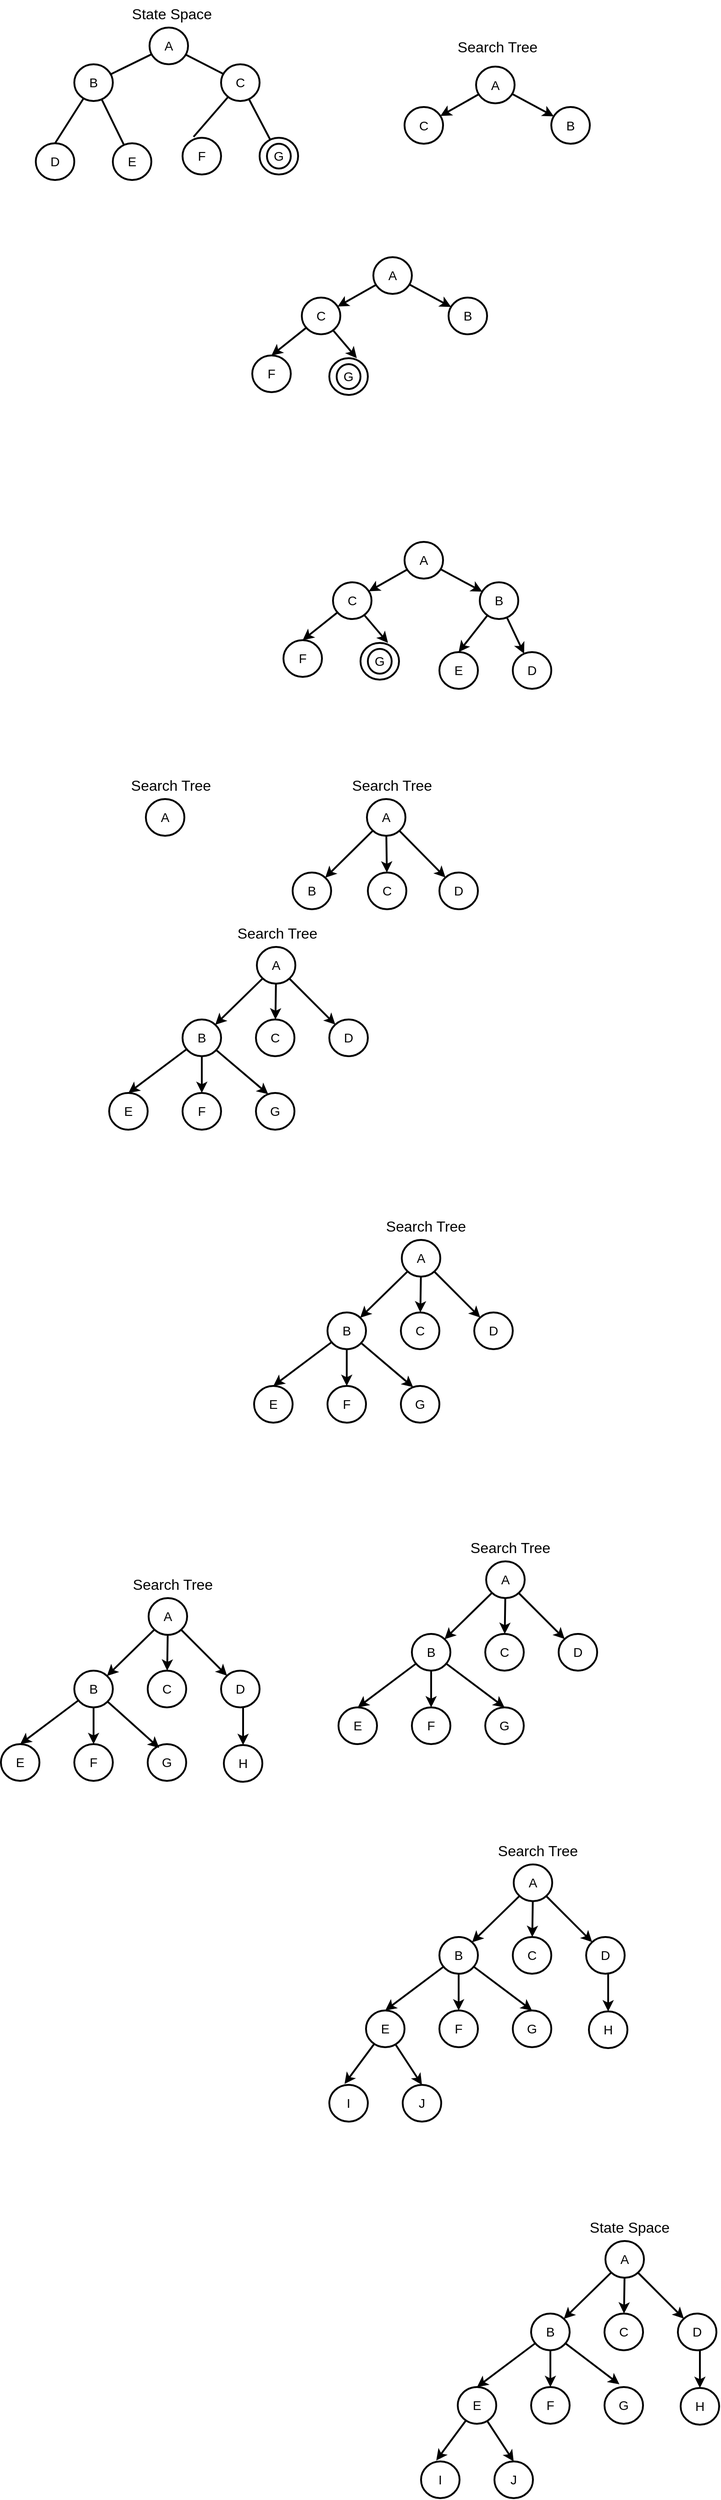
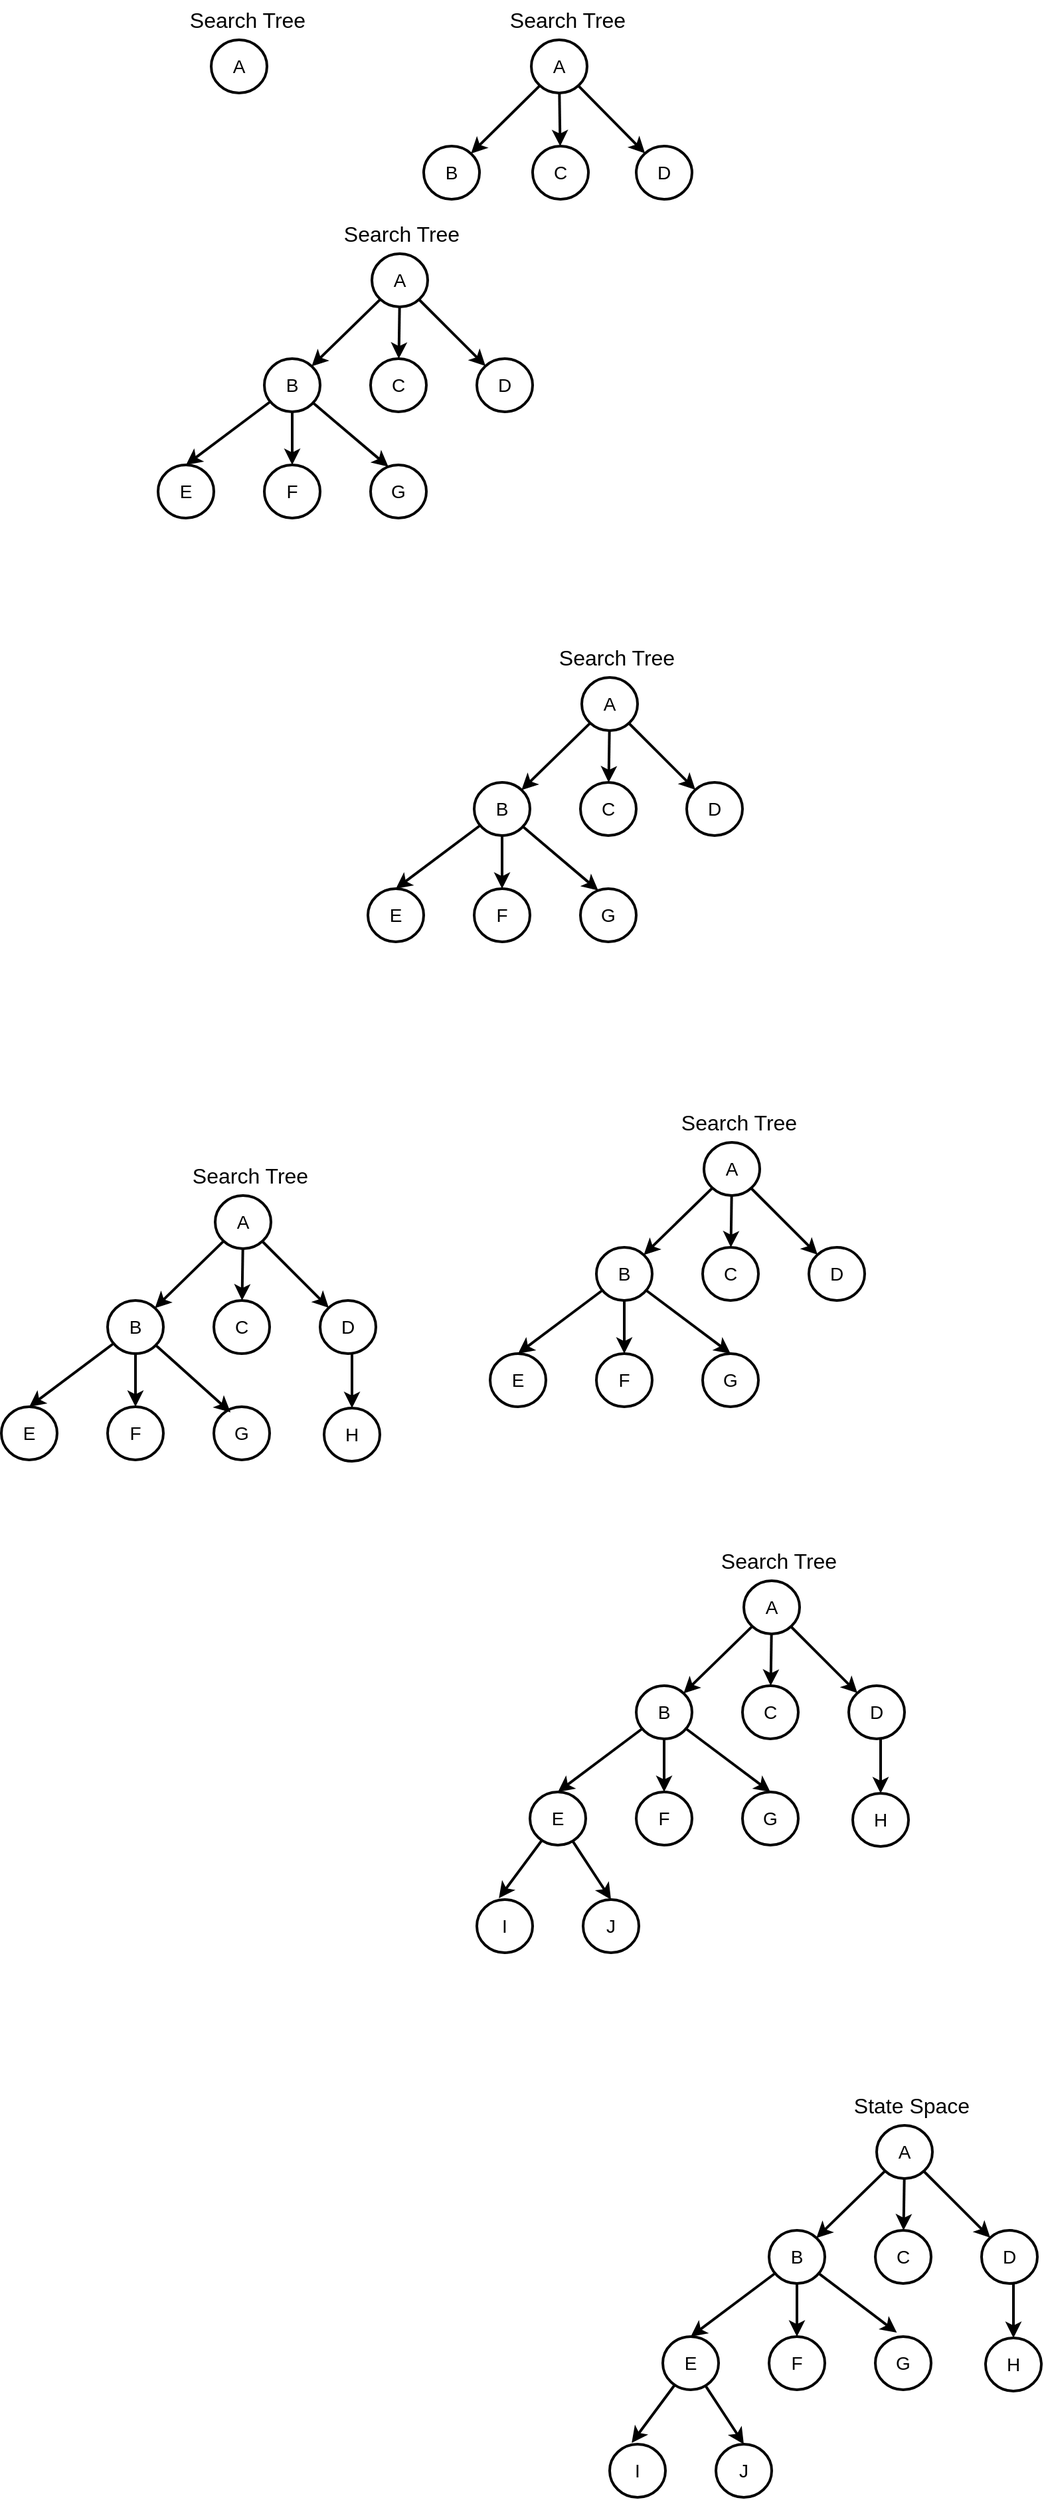
<mxfile host="app.diagrams.net">
  <diagram name="Page-1" id="BSzVWueWxRZ0f2yqvMc-">
-     <mxGraphModel dx="6560" dy="2410" grid="0" gridSize="10" guides="0" tooltips="1" connect="1" arrows="1" fold="1" page="1" pageScale="1" pageWidth="850" pageHeight="1100" math="0" shadow="0">
+     <mxGraphModel dx="656" dy="-749" grid="0" gridSize="10" guides="0" tooltips="1" connect="1" arrows="1" fold="1" page="1" pageScale="1" pageWidth="850" pageHeight="1100" math="0" shadow="0">
      <root>
        <mxCell id="0" />
        <mxCell id="1" parent="0" />
-         <mxCell id="3aDSpglnKRdrbF7ndWlJ-9" edge="1" parent="1" source="3aDSpglnKRdrbF7ndWlJ-1" style="rounded=0;orthogonalLoop=1;jettySize=auto;html=1;strokeWidth=2;endArrow=none;endFill=0;" target="3aDSpglnKRdrbF7ndWlJ-2" value="">
-           <mxGeometry relative="1" as="geometry" />
-         </mxCell>
-         <mxCell id="3aDSpglnKRdrbF7ndWlJ-10" edge="1" parent="1" source="3aDSpglnKRdrbF7ndWlJ-1" style="rounded=0;orthogonalLoop=1;jettySize=auto;html=1;strokeWidth=2;endArrow=none;endFill=0;" target="3aDSpglnKRdrbF7ndWlJ-3" value="">
-           <mxGeometry relative="1" as="geometry" />
-         </mxCell>
-         <mxCell id="3aDSpglnKRdrbF7ndWlJ-1" parent="1" style="ellipse;whiteSpace=wrap;html=1;strokeWidth=2;fontSize=14;" value="A" vertex="1">
-           <mxGeometry height="40" width="42" x="204" y="1280" as="geometry" />
-         </mxCell>
-         <mxCell id="3aDSpglnKRdrbF7ndWlJ-11" edge="1" parent="1" source="3aDSpglnKRdrbF7ndWlJ-2" style="rounded=0;orthogonalLoop=1;jettySize=auto;html=1;strokeWidth=2;endArrow=none;endFill=0;" target="3aDSpglnKRdrbF7ndWlJ-6" value="">
-           <mxGeometry relative="1" as="geometry" />
-         </mxCell>
-         <mxCell id="3aDSpglnKRdrbF7ndWlJ-13" edge="1" parent="1" source="3aDSpglnKRdrbF7ndWlJ-2" style="rounded=0;orthogonalLoop=1;jettySize=auto;html=1;entryX=0.5;entryY=0;entryDx=0;entryDy=0;strokeWidth=2;endArrow=none;endFill=0;" target="3aDSpglnKRdrbF7ndWlJ-5">
-           <mxGeometry relative="1" as="geometry" />
-         </mxCell>
-         <mxCell id="3aDSpglnKRdrbF7ndWlJ-2" parent="1" style="ellipse;whiteSpace=wrap;html=1;strokeWidth=2;fontSize=14;" value="B" vertex="1">
-           <mxGeometry height="40" width="42" x="122" y="1320" as="geometry" />
-         </mxCell>
-         <mxCell id="3aDSpglnKRdrbF7ndWlJ-14" edge="1" parent="1" source="3aDSpglnKRdrbF7ndWlJ-3" style="rounded=0;orthogonalLoop=1;jettySize=auto;html=1;strokeWidth=2;endArrow=none;endFill=0;" target="3aDSpglnKRdrbF7ndWlJ-7" value="">
-           <mxGeometry relative="1" as="geometry" />
-         </mxCell>
-         <mxCell id="3aDSpglnKRdrbF7ndWlJ-3" parent="1" style="ellipse;whiteSpace=wrap;html=1;strokeWidth=2;fontSize=14;" value="C" vertex="1">
-           <mxGeometry height="40" width="42" x="282" y="1320" as="geometry" />
-         </mxCell>
-         <mxCell id="3aDSpglnKRdrbF7ndWlJ-4" parent="1" style="ellipse;whiteSpace=wrap;html=1;strokeWidth=2;fontSize=14;" value="F" vertex="1">
-           <mxGeometry height="40" width="42" x="240" y="1400" as="geometry" />
-         </mxCell>
-         <mxCell id="3aDSpglnKRdrbF7ndWlJ-5" parent="1" style="ellipse;whiteSpace=wrap;html=1;strokeWidth=2;fontSize=14;" value="D" vertex="1">
-           <mxGeometry height="40" width="42" x="80" y="1406" as="geometry" />
-         </mxCell>
-         <mxCell id="3aDSpglnKRdrbF7ndWlJ-6" parent="1" style="ellipse;whiteSpace=wrap;html=1;strokeWidth=2;fontSize=14;" value="E" vertex="1">
-           <mxGeometry height="40" width="42" x="164" y="1406" as="geometry" />
-         </mxCell>
-         <mxCell id="3aDSpglnKRdrbF7ndWlJ-7" parent="1" style="ellipse;whiteSpace=wrap;html=1;strokeWidth=2;fontSize=14;" value="" vertex="1">
-           <mxGeometry height="40" width="42" x="324" y="1400" as="geometry" />
-         </mxCell>
-         <mxCell id="3aDSpglnKRdrbF7ndWlJ-15" edge="1" parent="1" source="3aDSpglnKRdrbF7ndWlJ-3" style="rounded=0;orthogonalLoop=1;jettySize=auto;html=1;entryX=0.286;entryY=-0.025;entryDx=0;entryDy=0;entryPerimeter=0;strokeWidth=2;endArrow=none;endFill=0;" target="3aDSpglnKRdrbF7ndWlJ-4">
-           <mxGeometry relative="1" as="geometry" />
-         </mxCell>
-         <mxCell id="3aDSpglnKRdrbF7ndWlJ-16" parent="1" style="text;html=1;whiteSpace=wrap;strokeColor=none;fillColor=none;align=center;verticalAlign=middle;rounded=0;fontSize=16;" value="State Space" vertex="1">
-           <mxGeometry height="30" width="95" x="181" y="1250" as="geometry" />
-         </mxCell>
-         <mxCell id="3aDSpglnKRdrbF7ndWlJ-17" parent="1" style="ellipse;whiteSpace=wrap;html=1;strokeWidth=2;fontSize=14;" value="G" vertex="1">
-           <mxGeometry height="27" width="26" x="332" y="1406.5" as="geometry" />
-         </mxCell>
-         <mxCell id="3aDSpglnKRdrbF7ndWlJ-22" edge="1" parent="1" source="3aDSpglnKRdrbF7ndWlJ-18" style="rounded=0;orthogonalLoop=1;jettySize=auto;html=1;strokeWidth=2;" target="3aDSpglnKRdrbF7ndWlJ-20" value="">
-           <mxGeometry relative="1" as="geometry" />
-         </mxCell>
-         <mxCell id="3aDSpglnKRdrbF7ndWlJ-23" edge="1" parent="1" source="3aDSpglnKRdrbF7ndWlJ-18" style="rounded=0;orthogonalLoop=1;jettySize=auto;html=1;strokeWidth=2;" target="3aDSpglnKRdrbF7ndWlJ-21" value="">
-           <mxGeometry relative="1" as="geometry" />
-         </mxCell>
-         <mxCell id="3aDSpglnKRdrbF7ndWlJ-18" parent="1" style="ellipse;whiteSpace=wrap;html=1;strokeWidth=2;fontSize=14;" value="A" vertex="1">
-           <mxGeometry height="40" width="42" x="560" y="1322.5" as="geometry" />
-         </mxCell>
-         <mxCell id="3aDSpglnKRdrbF7ndWlJ-19" parent="1" style="text;html=1;whiteSpace=wrap;strokeColor=none;fillColor=none;align=center;verticalAlign=middle;rounded=0;fontSize=16;" value="Search Tree" vertex="1">
-           <mxGeometry height="30" width="95" x="535.5" y="1285.5" as="geometry" />
-         </mxCell>
-         <mxCell id="3aDSpglnKRdrbF7ndWlJ-20" parent="1" style="ellipse;whiteSpace=wrap;html=1;strokeWidth=2;fontSize=14;" value="C" vertex="1">
-           <mxGeometry height="40" width="42" x="482" y="1366.5" as="geometry" />
-         </mxCell>
-         <mxCell id="3aDSpglnKRdrbF7ndWlJ-21" parent="1" style="ellipse;whiteSpace=wrap;html=1;strokeWidth=2;fontSize=14;" value="B" vertex="1">
-           <mxGeometry height="40" width="42" x="642" y="1366.5" as="geometry" />
-         </mxCell>
-         <mxCell id="leJ_CQFsEEDb8NTlPus--1" edge="1" parent="1" source="leJ_CQFsEEDb8NTlPus--3" style="rounded=0;orthogonalLoop=1;jettySize=auto;html=1;strokeWidth=2;" target="leJ_CQFsEEDb8NTlPus--4" value="">
-           <mxGeometry relative="1" as="geometry" />
-         </mxCell>
-         <mxCell id="leJ_CQFsEEDb8NTlPus--2" edge="1" parent="1" source="leJ_CQFsEEDb8NTlPus--3" style="rounded=0;orthogonalLoop=1;jettySize=auto;html=1;strokeWidth=2;" target="leJ_CQFsEEDb8NTlPus--5" value="">
-           <mxGeometry relative="1" as="geometry" />
-         </mxCell>
-         <mxCell id="leJ_CQFsEEDb8NTlPus--3" parent="1" style="ellipse;whiteSpace=wrap;html=1;strokeWidth=2;fontSize=14;" value="A" vertex="1">
-           <mxGeometry height="40" width="42" x="448" y="1530" as="geometry" />
-         </mxCell>
-         <mxCell id="leJ_CQFsEEDb8NTlPus--9" edge="1" parent="1" source="leJ_CQFsEEDb8NTlPus--4" style="rounded=0;orthogonalLoop=1;jettySize=auto;html=1;entryX=0.5;entryY=0;entryDx=0;entryDy=0;strokeWidth=2;" target="leJ_CQFsEEDb8NTlPus--6">
-           <mxGeometry relative="1" as="geometry" />
-         </mxCell>
-         <mxCell id="leJ_CQFsEEDb8NTlPus--4" parent="1" style="ellipse;whiteSpace=wrap;html=1;strokeWidth=2;fontSize=14;" value="C" vertex="1">
-           <mxGeometry height="40" width="42" x="370" y="1574" as="geometry" />
-         </mxCell>
-         <mxCell id="leJ_CQFsEEDb8NTlPus--5" parent="1" style="ellipse;whiteSpace=wrap;html=1;strokeWidth=2;fontSize=14;" value="B" vertex="1">
-           <mxGeometry height="40" width="42" x="530" y="1574" as="geometry" />
-         </mxCell>
-         <mxCell id="leJ_CQFsEEDb8NTlPus--6" parent="1" style="ellipse;whiteSpace=wrap;html=1;strokeWidth=2;fontSize=14;" value="F" vertex="1">
-           <mxGeometry height="40" width="42" x="316" y="1637" as="geometry" />
-         </mxCell>
-         <mxCell id="leJ_CQFsEEDb8NTlPus--8" parent="1" style="ellipse;whiteSpace=wrap;html=1;strokeWidth=2;fontSize=14;" value="" vertex="1">
-           <mxGeometry height="40" width="42" x="400" y="1640" as="geometry" />
-         </mxCell>
-         <mxCell id="leJ_CQFsEEDb8NTlPus--7" parent="1" style="ellipse;whiteSpace=wrap;html=1;strokeWidth=2;fontSize=14;" value="G" vertex="1">
-           <mxGeometry height="27" width="26" x="408" y="1646.5" as="geometry" />
-         </mxCell>
-         <mxCell id="leJ_CQFsEEDb8NTlPus--10" edge="1" parent="1" source="leJ_CQFsEEDb8NTlPus--4" style="rounded=0;orthogonalLoop=1;jettySize=auto;html=1;entryX=0.714;entryY=0;entryDx=0;entryDy=0;entryPerimeter=0;strokeWidth=2;" target="leJ_CQFsEEDb8NTlPus--8">
-           <mxGeometry relative="1" as="geometry" />
-         </mxCell>
-         <mxCell id="leJ_CQFsEEDb8NTlPus--11" edge="1" parent="1" source="leJ_CQFsEEDb8NTlPus--13" style="rounded=0;orthogonalLoop=1;jettySize=auto;html=1;strokeWidth=2;" target="leJ_CQFsEEDb8NTlPus--15" value="">
-           <mxGeometry relative="1" as="geometry" />
-         </mxCell>
-         <mxCell id="leJ_CQFsEEDb8NTlPus--12" edge="1" parent="1" source="leJ_CQFsEEDb8NTlPus--13" style="rounded=0;orthogonalLoop=1;jettySize=auto;html=1;strokeWidth=2;" target="leJ_CQFsEEDb8NTlPus--16" value="">
-           <mxGeometry relative="1" as="geometry" />
-         </mxCell>
-         <mxCell id="leJ_CQFsEEDb8NTlPus--13" parent="1" style="ellipse;whiteSpace=wrap;html=1;strokeWidth=2;fontSize=14;" value="A" vertex="1">
-           <mxGeometry height="40" width="42" x="482" y="1840" as="geometry" />
-         </mxCell>
-         <mxCell id="leJ_CQFsEEDb8NTlPus--14" edge="1" parent="1" source="leJ_CQFsEEDb8NTlPus--15" style="rounded=0;orthogonalLoop=1;jettySize=auto;html=1;entryX=0.5;entryY=0;entryDx=0;entryDy=0;strokeWidth=2;" target="leJ_CQFsEEDb8NTlPus--17">
-           <mxGeometry relative="1" as="geometry" />
-         </mxCell>
-         <mxCell id="leJ_CQFsEEDb8NTlPus--15" parent="1" style="ellipse;whiteSpace=wrap;html=1;strokeWidth=2;fontSize=14;" value="C" vertex="1">
-           <mxGeometry height="40" width="42" x="404" y="1884" as="geometry" />
-         </mxCell>
-         <mxCell id="leJ_CQFsEEDb8NTlPus--23" edge="1" parent="1" source="leJ_CQFsEEDb8NTlPus--16" style="rounded=0;orthogonalLoop=1;jettySize=auto;html=1;strokeWidth=2;" target="leJ_CQFsEEDb8NTlPus--22" value="">
-           <mxGeometry relative="1" as="geometry" />
-         </mxCell>
-         <mxCell id="leJ_CQFsEEDb8NTlPus--24" edge="1" parent="1" source="leJ_CQFsEEDb8NTlPus--16" style="rounded=0;orthogonalLoop=1;jettySize=auto;html=1;entryX=0.5;entryY=0;entryDx=0;entryDy=0;strokeWidth=2;" target="leJ_CQFsEEDb8NTlPus--21">
-           <mxGeometry relative="1" as="geometry" />
-         </mxCell>
-         <mxCell id="leJ_CQFsEEDb8NTlPus--16" parent="1" style="ellipse;whiteSpace=wrap;html=1;strokeWidth=2;fontSize=14;" value="B" vertex="1">
-           <mxGeometry height="40" width="42" x="564" y="1884" as="geometry" />
-         </mxCell>
-         <mxCell id="leJ_CQFsEEDb8NTlPus--17" parent="1" style="ellipse;whiteSpace=wrap;html=1;strokeWidth=2;fontSize=14;" value="F" vertex="1">
-           <mxGeometry height="40" width="42" x="350" y="1947" as="geometry" />
-         </mxCell>
-         <mxCell id="leJ_CQFsEEDb8NTlPus--18" parent="1" style="ellipse;whiteSpace=wrap;html=1;strokeWidth=2;fontSize=14;" value="" vertex="1">
-           <mxGeometry height="40" width="42" x="434" y="1950" as="geometry" />
-         </mxCell>
-         <mxCell id="leJ_CQFsEEDb8NTlPus--19" parent="1" style="ellipse;whiteSpace=wrap;html=1;strokeWidth=2;fontSize=14;" value="G" vertex="1">
-           <mxGeometry height="27" width="26" x="442" y="1956.5" as="geometry" />
-         </mxCell>
-         <mxCell id="leJ_CQFsEEDb8NTlPus--20" edge="1" parent="1" source="leJ_CQFsEEDb8NTlPus--15" style="rounded=0;orthogonalLoop=1;jettySize=auto;html=1;entryX=0.714;entryY=0;entryDx=0;entryDy=0;entryPerimeter=0;strokeWidth=2;" target="leJ_CQFsEEDb8NTlPus--18">
-           <mxGeometry relative="1" as="geometry" />
-         </mxCell>
-         <mxCell id="leJ_CQFsEEDb8NTlPus--21" parent="1" style="ellipse;whiteSpace=wrap;html=1;strokeWidth=2;fontSize=14;" value="E" vertex="1">
-           <mxGeometry height="40" width="42" x="520" y="1960" as="geometry" />
-         </mxCell>
-         <mxCell id="leJ_CQFsEEDb8NTlPus--22" parent="1" style="ellipse;whiteSpace=wrap;html=1;strokeWidth=2;fontSize=14;" value="D" vertex="1">
-           <mxGeometry height="40" width="42" x="600" y="1960" as="geometry" />
-         </mxCell>
        <mxCell id="leJ_CQFsEEDb8NTlPus--25" edge="1" parent="1" source="leJ_CQFsEEDb8NTlPus--27" style="rounded=0;orthogonalLoop=1;jettySize=auto;html=1;strokeWidth=2;endArrow=classic;endFill=1;" target="leJ_CQFsEEDb8NTlPus--30" value="">
          <mxGeometry relative="1" as="geometry" />
        </mxCell>
        <mxCell id="leJ_CQFsEEDb8NTlPus--26" edge="1" parent="1" source="leJ_CQFsEEDb8NTlPus--27" style="rounded=0;orthogonalLoop=1;jettySize=auto;html=1;strokeWidth=2;endArrow=classic;endFill=1;" target="leJ_CQFsEEDb8NTlPus--32" value="">
          <mxGeometry relative="1" as="geometry" />
        </mxCell>
        <mxCell id="leJ_CQFsEEDb8NTlPus--41" edge="1" parent="1" source="leJ_CQFsEEDb8NTlPus--27" style="rounded=0;orthogonalLoop=1;jettySize=auto;html=1;strokeWidth=2;" target="leJ_CQFsEEDb8NTlPus--40">
          <mxGeometry relative="1" as="geometry" />
        </mxCell>
        <mxCell id="leJ_CQFsEEDb8NTlPus--27" parent="1" style="ellipse;whiteSpace=wrap;html=1;strokeWidth=2;fontSize=14;" value="A" vertex="1">
          <mxGeometry height="40" width="42" x="441" y="2120" as="geometry" />
        </mxCell>
        <mxCell id="leJ_CQFsEEDb8NTlPus--30" parent="1" style="ellipse;whiteSpace=wrap;html=1;strokeWidth=2;fontSize=14;" value="B" vertex="1">
          <mxGeometry height="40" width="42" x="360" y="2200" as="geometry" />
        </mxCell>
        <mxCell id="leJ_CQFsEEDb8NTlPus--32" parent="1" style="ellipse;whiteSpace=wrap;html=1;strokeWidth=2;fontSize=14;" value="C" vertex="1">
          <mxGeometry height="40" width="42" x="442" y="2200" as="geometry" />
        </mxCell>
        <mxCell id="leJ_CQFsEEDb8NTlPus--38" parent="1" style="text;html=1;whiteSpace=wrap;strokeColor=none;fillColor=none;align=center;verticalAlign=middle;rounded=0;fontSize=16;" value="Search Tree" vertex="1">
          <mxGeometry height="30" width="95" x="421" y="2090" as="geometry" />
        </mxCell>
        <mxCell id="leJ_CQFsEEDb8NTlPus--40" parent="1" style="ellipse;whiteSpace=wrap;html=1;strokeWidth=2;fontSize=14;" value="D" vertex="1">
          <mxGeometry height="40" width="42" x="520" y="2200" as="geometry" />
        </mxCell>
        <mxCell id="leJ_CQFsEEDb8NTlPus--42" parent="1" style="ellipse;whiteSpace=wrap;html=1;strokeWidth=2;fontSize=14;" value="A" vertex="1">
          <mxGeometry height="40" width="42" x="200" y="2120" as="geometry" />
        </mxCell>
        <mxCell id="leJ_CQFsEEDb8NTlPus--43" parent="1" style="text;html=1;whiteSpace=wrap;strokeColor=none;fillColor=none;align=center;verticalAlign=middle;rounded=0;fontSize=16;" value="Search Tree" vertex="1">
          <mxGeometry height="30" width="95" x="180" y="2090" as="geometry" />
        </mxCell>
        <mxCell id="leJ_CQFsEEDb8NTlPus--44" edge="1" parent="1" source="leJ_CQFsEEDb8NTlPus--47" style="rounded=0;orthogonalLoop=1;jettySize=auto;html=1;strokeWidth=2;endArrow=classic;endFill=1;" target="leJ_CQFsEEDb8NTlPus--48" value="">
          <mxGeometry relative="1" as="geometry" />
        </mxCell>
        <mxCell id="leJ_CQFsEEDb8NTlPus--45" edge="1" parent="1" source="leJ_CQFsEEDb8NTlPus--47" style="rounded=0;orthogonalLoop=1;jettySize=auto;html=1;strokeWidth=2;endArrow=classic;endFill=1;" target="leJ_CQFsEEDb8NTlPus--49" value="">
          <mxGeometry relative="1" as="geometry" />
        </mxCell>
        <mxCell id="leJ_CQFsEEDb8NTlPus--46" edge="1" parent="1" source="leJ_CQFsEEDb8NTlPus--47" style="rounded=0;orthogonalLoop=1;jettySize=auto;html=1;strokeWidth=2;" target="leJ_CQFsEEDb8NTlPus--51">
          <mxGeometry relative="1" as="geometry" />
        </mxCell>
        <mxCell id="leJ_CQFsEEDb8NTlPus--47" parent="1" style="ellipse;whiteSpace=wrap;html=1;strokeWidth=2;fontSize=14;" value="A" vertex="1">
          <mxGeometry height="40" width="42" x="321" y="2281" as="geometry" />
        </mxCell>
        <mxCell id="leJ_CQFsEEDb8NTlPus--55" edge="1" parent="1" source="leJ_CQFsEEDb8NTlPus--48" style="rounded=0;orthogonalLoop=1;jettySize=auto;html=1;entryX=0.5;entryY=0;entryDx=0;entryDy=0;strokeWidth=2;" target="leJ_CQFsEEDb8NTlPus--52">
          <mxGeometry relative="1" as="geometry" />
        </mxCell>
        <mxCell id="leJ_CQFsEEDb8NTlPus--56" edge="1" parent="1" source="leJ_CQFsEEDb8NTlPus--48" style="edgeStyle=orthogonalEdgeStyle;rounded=0;orthogonalLoop=1;jettySize=auto;html=1;strokeWidth=2;" target="leJ_CQFsEEDb8NTlPus--53" value="">
          <mxGeometry relative="1" as="geometry" />
        </mxCell>
        <mxCell id="leJ_CQFsEEDb8NTlPus--48" parent="1" style="ellipse;whiteSpace=wrap;html=1;strokeWidth=2;fontSize=14;" value="B" vertex="1">
          <mxGeometry height="40" width="42" x="240" y="2360" as="geometry" />
        </mxCell>
        <mxCell id="leJ_CQFsEEDb8NTlPus--49" parent="1" style="ellipse;whiteSpace=wrap;html=1;strokeWidth=2;fontSize=14;" value="C" vertex="1">
          <mxGeometry height="40" width="42" x="320" y="2360" as="geometry" />
        </mxCell>
        <mxCell id="leJ_CQFsEEDb8NTlPus--50" parent="1" style="text;html=1;whiteSpace=wrap;strokeColor=none;fillColor=none;align=center;verticalAlign=middle;rounded=0;fontSize=16;" value="Search Tree" vertex="1">
          <mxGeometry height="30" width="95" x="296" y="2251" as="geometry" />
        </mxCell>
        <mxCell id="leJ_CQFsEEDb8NTlPus--51" parent="1" style="ellipse;whiteSpace=wrap;html=1;strokeWidth=2;fontSize=14;" value="D" vertex="1">
          <mxGeometry height="40" width="42" x="400" y="2360" as="geometry" />
        </mxCell>
        <mxCell id="leJ_CQFsEEDb8NTlPus--52" parent="1" style="ellipse;whiteSpace=wrap;html=1;strokeWidth=2;fontSize=14;" value="E" vertex="1">
          <mxGeometry height="40" width="42" x="160" y="2440" as="geometry" />
        </mxCell>
        <mxCell id="leJ_CQFsEEDb8NTlPus--53" parent="1" style="ellipse;whiteSpace=wrap;html=1;strokeWidth=2;fontSize=14;" value="F" vertex="1">
          <mxGeometry height="40" width="42" x="240" y="2440" as="geometry" />
        </mxCell>
        <mxCell id="leJ_CQFsEEDb8NTlPus--54" parent="1" style="ellipse;whiteSpace=wrap;html=1;strokeWidth=2;fontSize=14;" value="G" vertex="1">
          <mxGeometry height="40" width="42" x="320" y="2440" as="geometry" />
        </mxCell>
        <mxCell id="leJ_CQFsEEDb8NTlPus--57" edge="1" parent="1" source="leJ_CQFsEEDb8NTlPus--48" style="rounded=0;orthogonalLoop=1;jettySize=auto;html=1;entryX=0.319;entryY=0.035;entryDx=0;entryDy=0;entryPerimeter=0;strokeWidth=2;" target="leJ_CQFsEEDb8NTlPus--54">
          <mxGeometry relative="1" as="geometry" />
        </mxCell>
        <mxCell id="leJ_CQFsEEDb8NTlPus--58" edge="1" parent="1" source="leJ_CQFsEEDb8NTlPus--61" style="rounded=0;orthogonalLoop=1;jettySize=auto;html=1;strokeWidth=2;endArrow=classic;endFill=1;" target="leJ_CQFsEEDb8NTlPus--64" value="">
          <mxGeometry relative="1" as="geometry" />
        </mxCell>
        <mxCell id="leJ_CQFsEEDb8NTlPus--59" edge="1" parent="1" source="leJ_CQFsEEDb8NTlPus--61" style="rounded=0;orthogonalLoop=1;jettySize=auto;html=1;strokeWidth=2;endArrow=classic;endFill=1;" target="leJ_CQFsEEDb8NTlPus--65" value="">
          <mxGeometry relative="1" as="geometry" />
        </mxCell>
        <mxCell id="leJ_CQFsEEDb8NTlPus--60" edge="1" parent="1" source="leJ_CQFsEEDb8NTlPus--61" style="rounded=0;orthogonalLoop=1;jettySize=auto;html=1;strokeWidth=2;" target="leJ_CQFsEEDb8NTlPus--66">
          <mxGeometry relative="1" as="geometry" />
        </mxCell>
        <mxCell id="leJ_CQFsEEDb8NTlPus--61" parent="1" style="ellipse;whiteSpace=wrap;html=1;strokeWidth=2;fontSize=14;" value="A" vertex="1">
          <mxGeometry height="40" width="42" x="479" y="2600" as="geometry" />
        </mxCell>
        <mxCell id="leJ_CQFsEEDb8NTlPus--62" edge="1" parent="1" source="leJ_CQFsEEDb8NTlPus--64" style="rounded=0;orthogonalLoop=1;jettySize=auto;html=1;entryX=0.5;entryY=0;entryDx=0;entryDy=0;strokeWidth=2;" target="leJ_CQFsEEDb8NTlPus--67">
          <mxGeometry relative="1" as="geometry" />
        </mxCell>
        <mxCell id="leJ_CQFsEEDb8NTlPus--63" edge="1" parent="1" source="leJ_CQFsEEDb8NTlPus--64" style="edgeStyle=orthogonalEdgeStyle;rounded=0;orthogonalLoop=1;jettySize=auto;html=1;strokeWidth=2;" target="leJ_CQFsEEDb8NTlPus--68" value="">
          <mxGeometry relative="1" as="geometry" />
        </mxCell>
        <mxCell id="leJ_CQFsEEDb8NTlPus--64" parent="1" style="ellipse;whiteSpace=wrap;html=1;strokeWidth=2;fontSize=14;" value="B" vertex="1">
          <mxGeometry height="40" width="42" x="398" y="2679" as="geometry" />
        </mxCell>
        <mxCell id="leJ_CQFsEEDb8NTlPus--65" parent="1" style="ellipse;whiteSpace=wrap;html=1;strokeWidth=2;fontSize=14;" value="C" vertex="1">
          <mxGeometry height="40" width="42" x="478" y="2679" as="geometry" />
        </mxCell>
        <mxCell id="leJ_CQFsEEDb8NTlPus--66" parent="1" style="ellipse;whiteSpace=wrap;html=1;strokeWidth=2;fontSize=14;" value="D" vertex="1">
          <mxGeometry height="40" width="42" x="558" y="2679" as="geometry" />
        </mxCell>
        <mxCell id="leJ_CQFsEEDb8NTlPus--67" parent="1" style="ellipse;whiteSpace=wrap;html=1;strokeWidth=2;fontSize=14;" value="E" vertex="1">
          <mxGeometry height="40" width="42" x="318" y="2759" as="geometry" />
        </mxCell>
        <mxCell id="leJ_CQFsEEDb8NTlPus--68" parent="1" style="ellipse;whiteSpace=wrap;html=1;strokeWidth=2;fontSize=14;" value="F" vertex="1">
          <mxGeometry height="40" width="42" x="398" y="2759" as="geometry" />
        </mxCell>
        <mxCell id="leJ_CQFsEEDb8NTlPus--69" parent="1" style="ellipse;whiteSpace=wrap;html=1;strokeWidth=2;fontSize=14;" value="G" vertex="1">
          <mxGeometry height="40" width="42" x="478" y="2759" as="geometry" />
        </mxCell>
        <mxCell id="leJ_CQFsEEDb8NTlPus--70" edge="1" parent="1" source="leJ_CQFsEEDb8NTlPus--64" style="rounded=0;orthogonalLoop=1;jettySize=auto;html=1;entryX=0.319;entryY=0.035;entryDx=0;entryDy=0;entryPerimeter=0;strokeWidth=2;" target="leJ_CQFsEEDb8NTlPus--69">
          <mxGeometry relative="1" as="geometry" />
        </mxCell>
        <mxCell id="leJ_CQFsEEDb8NTlPus--72" parent="1" style="text;html=1;whiteSpace=wrap;strokeColor=none;fillColor=none;align=center;verticalAlign=middle;rounded=0;fontSize=16;" value="Search Tree" vertex="1">
          <mxGeometry height="30" width="95" x="458" y="2570" as="geometry" />
        </mxCell>
        <mxCell id="leJ_CQFsEEDb8NTlPus--75" edge="1" parent="1" source="leJ_CQFsEEDb8NTlPus--78" style="rounded=0;orthogonalLoop=1;jettySize=auto;html=1;strokeWidth=2;endArrow=classic;endFill=1;" target="leJ_CQFsEEDb8NTlPus--81" value="">
          <mxGeometry relative="1" as="geometry" />
        </mxCell>
        <mxCell id="leJ_CQFsEEDb8NTlPus--76" edge="1" parent="1" source="leJ_CQFsEEDb8NTlPus--78" style="rounded=0;orthogonalLoop=1;jettySize=auto;html=1;strokeWidth=2;endArrow=classic;endFill=1;" target="leJ_CQFsEEDb8NTlPus--82" value="">
          <mxGeometry relative="1" as="geometry" />
        </mxCell>
        <mxCell id="leJ_CQFsEEDb8NTlPus--77" edge="1" parent="1" source="leJ_CQFsEEDb8NTlPus--78" style="rounded=0;orthogonalLoop=1;jettySize=auto;html=1;strokeWidth=2;" target="leJ_CQFsEEDb8NTlPus--84">
          <mxGeometry relative="1" as="geometry" />
        </mxCell>
        <mxCell id="leJ_CQFsEEDb8NTlPus--78" parent="1" style="ellipse;whiteSpace=wrap;html=1;strokeWidth=2;fontSize=14;" value="A" vertex="1">
          <mxGeometry height="40" width="42" x="571" y="2950" as="geometry" />
        </mxCell>
        <mxCell id="leJ_CQFsEEDb8NTlPus--79" edge="1" parent="1" source="leJ_CQFsEEDb8NTlPus--81" style="rounded=0;orthogonalLoop=1;jettySize=auto;html=1;entryX=0.5;entryY=0;entryDx=0;entryDy=0;strokeWidth=2;" target="leJ_CQFsEEDb8NTlPus--85">
          <mxGeometry relative="1" as="geometry" />
        </mxCell>
        <mxCell id="leJ_CQFsEEDb8NTlPus--208" edge="1" parent="1" source="leJ_CQFsEEDb8NTlPus--81" style="edgeStyle=orthogonalEdgeStyle;rounded=0;orthogonalLoop=1;jettySize=auto;html=1;strokeWidth=2;" target="leJ_CQFsEEDb8NTlPus--86" value="">
          <mxGeometry relative="1" as="geometry" />
        </mxCell>
        <mxCell id="leJ_CQFsEEDb8NTlPus--209" edge="1" parent="1" source="leJ_CQFsEEDb8NTlPus--81" style="rounded=0;orthogonalLoop=1;jettySize=auto;html=1;entryX=0.5;entryY=0;entryDx=0;entryDy=0;strokeWidth=2;" target="leJ_CQFsEEDb8NTlPus--87">
          <mxGeometry relative="1" as="geometry" />
        </mxCell>
        <mxCell id="leJ_CQFsEEDb8NTlPus--81" parent="1" style="ellipse;whiteSpace=wrap;html=1;strokeWidth=2;fontSize=14;" value="B" vertex="1">
          <mxGeometry height="40" width="42" x="490" y="3029" as="geometry" />
        </mxCell>
        <mxCell id="leJ_CQFsEEDb8NTlPus--82" parent="1" style="ellipse;whiteSpace=wrap;html=1;strokeWidth=2;fontSize=14;" value="C" vertex="1">
          <mxGeometry height="40" width="42" x="570" y="3029" as="geometry" />
        </mxCell>
        <mxCell id="leJ_CQFsEEDb8NTlPus--84" parent="1" style="ellipse;whiteSpace=wrap;html=1;strokeWidth=2;fontSize=14;" value="D" vertex="1">
          <mxGeometry height="40" width="42" x="650" y="3029" as="geometry" />
        </mxCell>
        <mxCell id="leJ_CQFsEEDb8NTlPus--85" parent="1" style="ellipse;whiteSpace=wrap;html=1;strokeWidth=2;fontSize=14;" value="E" vertex="1">
          <mxGeometry height="40" width="42" x="410" y="3109" as="geometry" />
        </mxCell>
        <mxCell id="leJ_CQFsEEDb8NTlPus--86" parent="1" style="ellipse;whiteSpace=wrap;html=1;strokeWidth=2;fontSize=14;" value="F" vertex="1">
          <mxGeometry height="40" width="42" x="490" y="3109" as="geometry" />
        </mxCell>
        <mxCell id="leJ_CQFsEEDb8NTlPus--87" parent="1" style="ellipse;whiteSpace=wrap;html=1;strokeWidth=2;fontSize=14;" value="G" vertex="1">
          <mxGeometry height="40" width="42" x="570" y="3109" as="geometry" />
        </mxCell>
        <mxCell id="leJ_CQFsEEDb8NTlPus--90" parent="1" style="text;html=1;whiteSpace=wrap;strokeColor=none;fillColor=none;align=center;verticalAlign=middle;rounded=0;fontSize=16;" value="Search Tree" vertex="1">
          <mxGeometry height="30" width="95" x="550" y="2920" as="geometry" />
        </mxCell>
        <mxCell id="leJ_CQFsEEDb8NTlPus--126" edge="1" parent="1" source="leJ_CQFsEEDb8NTlPus--129" style="rounded=0;orthogonalLoop=1;jettySize=auto;html=1;strokeWidth=2;endArrow=classic;endFill=1;" target="leJ_CQFsEEDb8NTlPus--131" value="">
          <mxGeometry relative="1" as="geometry" />
        </mxCell>
        <mxCell id="leJ_CQFsEEDb8NTlPus--127" edge="1" parent="1" source="leJ_CQFsEEDb8NTlPus--129" style="rounded=0;orthogonalLoop=1;jettySize=auto;html=1;strokeWidth=2;endArrow=classic;endFill=1;" target="leJ_CQFsEEDb8NTlPus--134" value="">
          <mxGeometry relative="1" as="geometry" />
        </mxCell>
        <mxCell id="leJ_CQFsEEDb8NTlPus--128" edge="1" parent="1" source="leJ_CQFsEEDb8NTlPus--129" style="rounded=0;orthogonalLoop=1;jettySize=auto;html=1;strokeWidth=2;" target="leJ_CQFsEEDb8NTlPus--136">
          <mxGeometry relative="1" as="geometry" />
        </mxCell>
        <mxCell id="leJ_CQFsEEDb8NTlPus--129" parent="1" style="ellipse;whiteSpace=wrap;html=1;strokeWidth=2;fontSize=14;" value="A" vertex="1">
          <mxGeometry height="40" width="42" x="203" y="2990" as="geometry" />
        </mxCell>
        <mxCell id="leJ_CQFsEEDb8NTlPus--130" edge="1" parent="1" source="leJ_CQFsEEDb8NTlPus--131" style="rounded=0;orthogonalLoop=1;jettySize=auto;html=1;entryX=0.5;entryY=0;entryDx=0;entryDy=0;strokeWidth=2;" target="leJ_CQFsEEDb8NTlPus--137">
          <mxGeometry relative="1" as="geometry" />
        </mxCell>
        <mxCell id="leJ_CQFsEEDb8NTlPus--206" edge="1" parent="1" source="leJ_CQFsEEDb8NTlPus--131" style="edgeStyle=orthogonalEdgeStyle;rounded=0;orthogonalLoop=1;jettySize=auto;html=1;strokeWidth=2;" target="leJ_CQFsEEDb8NTlPus--138" value="">
          <mxGeometry relative="1" as="geometry" />
        </mxCell>
        <mxCell id="leJ_CQFsEEDb8NTlPus--131" parent="1" style="ellipse;whiteSpace=wrap;html=1;strokeWidth=2;fontSize=14;" value="B" vertex="1">
          <mxGeometry height="40" width="42" x="122" y="3069" as="geometry" />
        </mxCell>
        <mxCell id="leJ_CQFsEEDb8NTlPus--134" parent="1" style="ellipse;whiteSpace=wrap;html=1;strokeWidth=2;fontSize=14;" value="C" vertex="1">
          <mxGeometry height="40" width="42" x="202" y="3069" as="geometry" />
        </mxCell>
        <mxCell id="leJ_CQFsEEDb8NTlPus--135" edge="1" parent="1" source="leJ_CQFsEEDb8NTlPus--136" style="edgeStyle=orthogonalEdgeStyle;rounded=0;orthogonalLoop=1;jettySize=auto;html=1;strokeWidth=2;" target="leJ_CQFsEEDb8NTlPus--140" value="">
          <mxGeometry relative="1" as="geometry">
            <Array as="points">
              <mxPoint x="306" y="3120" />
              <mxPoint x="306" y="3120" />
            </Array>
          </mxGeometry>
        </mxCell>
        <mxCell id="leJ_CQFsEEDb8NTlPus--136" parent="1" style="ellipse;whiteSpace=wrap;html=1;strokeWidth=2;fontSize=14;" value="D" vertex="1">
          <mxGeometry height="40" width="42" x="282" y="3069" as="geometry" />
        </mxCell>
        <mxCell id="leJ_CQFsEEDb8NTlPus--137" parent="1" style="ellipse;whiteSpace=wrap;html=1;strokeWidth=2;fontSize=14;" value="E" vertex="1">
          <mxGeometry height="40" width="42" x="42" y="3149" as="geometry" />
        </mxCell>
        <mxCell id="leJ_CQFsEEDb8NTlPus--138" parent="1" style="ellipse;whiteSpace=wrap;html=1;strokeWidth=2;fontSize=14;" value="F" vertex="1">
          <mxGeometry height="40" width="42" x="122" y="3149" as="geometry" />
        </mxCell>
        <mxCell id="leJ_CQFsEEDb8NTlPus--139" parent="1" style="ellipse;whiteSpace=wrap;html=1;strokeWidth=2;fontSize=14;" value="G" vertex="1">
          <mxGeometry height="40" width="42" x="202" y="3149" as="geometry" />
        </mxCell>
        <mxCell id="leJ_CQFsEEDb8NTlPus--140" parent="1" style="ellipse;whiteSpace=wrap;html=1;strokeWidth=2;fontSize=14;" value="H" vertex="1">
          <mxGeometry height="40" width="42" x="285" y="3150" as="geometry" />
        </mxCell>
        <mxCell id="leJ_CQFsEEDb8NTlPus--141" parent="1" style="text;html=1;whiteSpace=wrap;strokeColor=none;fillColor=none;align=center;verticalAlign=middle;rounded=0;fontSize=16;" value="Search Tree" vertex="1">
          <mxGeometry height="30" width="95" x="182" y="2960" as="geometry" />
        </mxCell>
        <mxCell id="leJ_CQFsEEDb8NTlPus--144" edge="1" parent="1" source="leJ_CQFsEEDb8NTlPus--147" style="rounded=0;orthogonalLoop=1;jettySize=auto;html=1;strokeWidth=2;endArrow=classic;endFill=1;" target="leJ_CQFsEEDb8NTlPus--149" value="">
          <mxGeometry relative="1" as="geometry" />
        </mxCell>
        <mxCell id="leJ_CQFsEEDb8NTlPus--145" edge="1" parent="1" source="leJ_CQFsEEDb8NTlPus--147" style="rounded=0;orthogonalLoop=1;jettySize=auto;html=1;strokeWidth=2;endArrow=classic;endFill=1;" target="leJ_CQFsEEDb8NTlPus--151" value="">
          <mxGeometry relative="1" as="geometry" />
        </mxCell>
        <mxCell id="leJ_CQFsEEDb8NTlPus--146" edge="1" parent="1" source="leJ_CQFsEEDb8NTlPus--147" style="rounded=0;orthogonalLoop=1;jettySize=auto;html=1;strokeWidth=2;" target="leJ_CQFsEEDb8NTlPus--154">
          <mxGeometry relative="1" as="geometry" />
        </mxCell>
        <mxCell id="leJ_CQFsEEDb8NTlPus--147" parent="1" style="ellipse;whiteSpace=wrap;html=1;strokeWidth=2;fontSize=14;" value="A" vertex="1">
          <mxGeometry height="40" width="42" x="601" y="3280" as="geometry" />
        </mxCell>
        <mxCell id="leJ_CQFsEEDb8NTlPus--148" edge="1" parent="1" source="leJ_CQFsEEDb8NTlPus--149" style="rounded=0;orthogonalLoop=1;jettySize=auto;html=1;entryX=0.5;entryY=0;entryDx=0;entryDy=0;strokeWidth=2;" target="leJ_CQFsEEDb8NTlPus--155">
          <mxGeometry relative="1" as="geometry" />
        </mxCell>
        <mxCell id="leJ_CQFsEEDb8NTlPus--210" edge="1" parent="1" source="leJ_CQFsEEDb8NTlPus--149" style="edgeStyle=orthogonalEdgeStyle;rounded=0;orthogonalLoop=1;jettySize=auto;html=1;strokeWidth=2;" target="leJ_CQFsEEDb8NTlPus--156" value="">
          <mxGeometry relative="1" as="geometry" />
        </mxCell>
        <mxCell id="leJ_CQFsEEDb8NTlPus--211" edge="1" parent="1" source="leJ_CQFsEEDb8NTlPus--149" style="rounded=0;orthogonalLoop=1;jettySize=auto;html=1;entryX=0.5;entryY=0;entryDx=0;entryDy=0;strokeWidth=2;" target="leJ_CQFsEEDb8NTlPus--157">
          <mxGeometry relative="1" as="geometry" />
        </mxCell>
        <mxCell id="leJ_CQFsEEDb8NTlPus--149" parent="1" style="ellipse;whiteSpace=wrap;html=1;strokeWidth=2;fontSize=14;" value="B" vertex="1">
          <mxGeometry height="40" width="42" x="520" y="3359" as="geometry" />
        </mxCell>
        <mxCell id="leJ_CQFsEEDb8NTlPus--151" parent="1" style="ellipse;whiteSpace=wrap;html=1;strokeWidth=2;fontSize=14;" value="C" vertex="1">
          <mxGeometry height="40" width="42" x="600" y="3359" as="geometry" />
        </mxCell>
        <mxCell id="leJ_CQFsEEDb8NTlPus--152" edge="1" parent="1" source="leJ_CQFsEEDb8NTlPus--154" style="edgeStyle=orthogonalEdgeStyle;rounded=0;orthogonalLoop=1;jettySize=auto;html=1;strokeWidth=2;" target="leJ_CQFsEEDb8NTlPus--158" value="">
          <mxGeometry relative="1" as="geometry">
            <Array as="points">
              <mxPoint x="704" y="3410" />
              <mxPoint x="704" y="3410" />
            </Array>
          </mxGeometry>
        </mxCell>
        <mxCell id="leJ_CQFsEEDb8NTlPus--154" parent="1" style="ellipse;whiteSpace=wrap;html=1;strokeWidth=2;fontSize=14;" value="D" vertex="1">
          <mxGeometry height="40" width="42" x="680" y="3359" as="geometry" />
        </mxCell>
        <mxCell id="leJ_CQFsEEDb8NTlPus--163" edge="1" parent="1" source="leJ_CQFsEEDb8NTlPus--155" style="rounded=0;orthogonalLoop=1;jettySize=auto;html=1;entryX=0.5;entryY=0;entryDx=0;entryDy=0;strokeWidth=2;" target="leJ_CQFsEEDb8NTlPus--161">
          <mxGeometry relative="1" as="geometry" />
        </mxCell>
        <mxCell id="leJ_CQFsEEDb8NTlPus--155" parent="1" style="ellipse;whiteSpace=wrap;html=1;strokeWidth=2;fontSize=14;" value="E" vertex="1">
          <mxGeometry height="40" width="42" x="440" y="3439" as="geometry" />
        </mxCell>
        <mxCell id="leJ_CQFsEEDb8NTlPus--156" parent="1" style="ellipse;whiteSpace=wrap;html=1;strokeWidth=2;fontSize=14;" value="F" vertex="1">
          <mxGeometry height="40" width="42" x="520" y="3439" as="geometry" />
        </mxCell>
        <mxCell id="leJ_CQFsEEDb8NTlPus--157" parent="1" style="ellipse;whiteSpace=wrap;html=1;strokeWidth=2;fontSize=14;" value="G" vertex="1">
          <mxGeometry height="40" width="42" x="600" y="3439" as="geometry" />
        </mxCell>
        <mxCell id="leJ_CQFsEEDb8NTlPus--158" parent="1" style="ellipse;whiteSpace=wrap;html=1;strokeWidth=2;fontSize=14;" value="H" vertex="1">
          <mxGeometry height="40" width="42" x="683" y="3440" as="geometry" />
        </mxCell>
        <mxCell id="leJ_CQFsEEDb8NTlPus--159" parent="1" style="text;html=1;whiteSpace=wrap;strokeColor=none;fillColor=none;align=center;verticalAlign=middle;rounded=0;fontSize=16;" value="Search Tree" vertex="1">
          <mxGeometry height="30" width="95" x="580" y="3250" as="geometry" />
        </mxCell>
        <mxCell id="leJ_CQFsEEDb8NTlPus--160" parent="1" style="ellipse;whiteSpace=wrap;html=1;strokeWidth=2;fontSize=14;" value="I" vertex="1">
          <mxGeometry height="40" width="42" x="400" y="3520" as="geometry" />
        </mxCell>
        <mxCell id="leJ_CQFsEEDb8NTlPus--161" parent="1" style="ellipse;whiteSpace=wrap;html=1;strokeWidth=2;fontSize=14;" value="J" vertex="1">
          <mxGeometry height="40" width="42" x="480" y="3520" as="geometry" />
        </mxCell>
        <mxCell id="leJ_CQFsEEDb8NTlPus--162" edge="1" parent="1" source="leJ_CQFsEEDb8NTlPus--155" style="rounded=0;orthogonalLoop=1;jettySize=auto;html=1;entryX=0.395;entryY=-0.025;entryDx=0;entryDy=0;entryPerimeter=0;strokeWidth=2;" target="leJ_CQFsEEDb8NTlPus--160">
          <mxGeometry relative="1" as="geometry" />
        </mxCell>
        <mxCell id="leJ_CQFsEEDb8NTlPus--164" edge="1" parent="1" source="leJ_CQFsEEDb8NTlPus--167" style="rounded=0;orthogonalLoop=1;jettySize=auto;html=1;strokeWidth=2;endArrow=classic;endFill=1;" target="leJ_CQFsEEDb8NTlPus--169" value="">
          <mxGeometry relative="1" as="geometry" />
        </mxCell>
        <mxCell id="leJ_CQFsEEDb8NTlPus--165" edge="1" parent="1" source="leJ_CQFsEEDb8NTlPus--167" style="rounded=0;orthogonalLoop=1;jettySize=auto;html=1;strokeWidth=2;endArrow=classic;endFill=1;" target="leJ_CQFsEEDb8NTlPus--171" value="">
          <mxGeometry relative="1" as="geometry" />
        </mxCell>
        <mxCell id="leJ_CQFsEEDb8NTlPus--166" edge="1" parent="1" source="leJ_CQFsEEDb8NTlPus--167" style="rounded=0;orthogonalLoop=1;jettySize=auto;html=1;strokeWidth=2;" target="leJ_CQFsEEDb8NTlPus--174">
          <mxGeometry relative="1" as="geometry" />
        </mxCell>
        <mxCell id="leJ_CQFsEEDb8NTlPus--167" parent="1" style="ellipse;whiteSpace=wrap;html=1;strokeWidth=2;fontSize=14;" value="A" vertex="1">
          <mxGeometry height="40" width="42" x="701" y="3690" as="geometry" />
        </mxCell>
        <mxCell id="leJ_CQFsEEDb8NTlPus--168" edge="1" parent="1" source="leJ_CQFsEEDb8NTlPus--169" style="rounded=0;orthogonalLoop=1;jettySize=auto;html=1;entryX=0.5;entryY=0;entryDx=0;entryDy=0;strokeWidth=2;" target="leJ_CQFsEEDb8NTlPus--176">
          <mxGeometry relative="1" as="geometry" />
        </mxCell>
        <mxCell id="leJ_CQFsEEDb8NTlPus--212" edge="1" parent="1" source="leJ_CQFsEEDb8NTlPus--169" style="edgeStyle=orthogonalEdgeStyle;rounded=0;orthogonalLoop=1;jettySize=auto;html=1;strokeWidth=2;" target="leJ_CQFsEEDb8NTlPus--177" value="">
          <mxGeometry relative="1" as="geometry" />
        </mxCell>
        <mxCell id="leJ_CQFsEEDb8NTlPus--169" parent="1" style="ellipse;whiteSpace=wrap;html=1;strokeWidth=2;fontSize=14;" value="B" vertex="1">
          <mxGeometry height="40" width="42" x="620" y="3769" as="geometry" />
        </mxCell>
        <mxCell id="leJ_CQFsEEDb8NTlPus--171" parent="1" style="ellipse;whiteSpace=wrap;html=1;strokeWidth=2;fontSize=14;" value="C" vertex="1">
          <mxGeometry height="40" width="42" x="700" y="3769" as="geometry" />
        </mxCell>
        <mxCell id="leJ_CQFsEEDb8NTlPus--172" edge="1" parent="1" source="leJ_CQFsEEDb8NTlPus--174" style="edgeStyle=orthogonalEdgeStyle;rounded=0;orthogonalLoop=1;jettySize=auto;html=1;strokeWidth=2;" target="leJ_CQFsEEDb8NTlPus--179" value="">
          <mxGeometry relative="1" as="geometry">
            <Array as="points">
              <mxPoint x="804" y="3820" />
              <mxPoint x="804" y="3820" />
            </Array>
          </mxGeometry>
        </mxCell>
        <mxCell id="leJ_CQFsEEDb8NTlPus--174" parent="1" style="ellipse;whiteSpace=wrap;html=1;strokeWidth=2;fontSize=14;" value="D" vertex="1">
          <mxGeometry height="40" width="42" x="780" y="3769" as="geometry" />
        </mxCell>
        <mxCell id="leJ_CQFsEEDb8NTlPus--214" edge="1" parent="1" source="leJ_CQFsEEDb8NTlPus--176" style="rounded=0;orthogonalLoop=1;jettySize=auto;html=1;entryX=0.5;entryY=0;entryDx=0;entryDy=0;strokeWidth=2;" target="leJ_CQFsEEDb8NTlPus--182">
          <mxGeometry relative="1" as="geometry" />
        </mxCell>
        <mxCell id="leJ_CQFsEEDb8NTlPus--176" parent="1" style="ellipse;whiteSpace=wrap;html=1;strokeWidth=2;fontSize=14;" value="E" vertex="1">
          <mxGeometry height="40" width="42" x="540" y="3849" as="geometry" />
        </mxCell>
        <mxCell id="leJ_CQFsEEDb8NTlPus--177" parent="1" style="ellipse;whiteSpace=wrap;html=1;strokeWidth=2;fontSize=14;" value="F" vertex="1">
          <mxGeometry height="40" width="42" x="620" y="3849" as="geometry" />
        </mxCell>
        <mxCell id="leJ_CQFsEEDb8NTlPus--178" parent="1" style="ellipse;whiteSpace=wrap;html=1;strokeWidth=2;fontSize=14;" value="G" vertex="1">
          <mxGeometry height="40" width="42" x="700" y="3849" as="geometry" />
        </mxCell>
        <mxCell id="leJ_CQFsEEDb8NTlPus--179" parent="1" style="ellipse;whiteSpace=wrap;html=1;strokeWidth=2;fontSize=14;" value="H" vertex="1">
          <mxGeometry height="40" width="42" x="783" y="3850" as="geometry" />
        </mxCell>
        <mxCell id="leJ_CQFsEEDb8NTlPus--180" parent="1" style="text;html=1;whiteSpace=wrap;strokeColor=none;fillColor=none;align=center;verticalAlign=middle;rounded=0;fontSize=16;" value="State Space" vertex="1">
          <mxGeometry height="30" width="95" x="680" y="3660" as="geometry" />
        </mxCell>
        <mxCell id="leJ_CQFsEEDb8NTlPus--181" parent="1" style="ellipse;whiteSpace=wrap;html=1;strokeWidth=2;fontSize=14;" value="I" vertex="1">
          <mxGeometry height="40" width="42" x="500" y="3930" as="geometry" />
        </mxCell>
        <mxCell id="leJ_CQFsEEDb8NTlPus--182" parent="1" style="ellipse;whiteSpace=wrap;html=1;strokeWidth=2;fontSize=14;" value="J" vertex="1">
          <mxGeometry height="40" width="42" x="580" y="3930" as="geometry" />
        </mxCell>
        <mxCell id="leJ_CQFsEEDb8NTlPus--183" edge="1" parent="1" source="leJ_CQFsEEDb8NTlPus--176" style="rounded=0;orthogonalLoop=1;jettySize=auto;html=1;entryX=0.395;entryY=-0.025;entryDx=0;entryDy=0;entryPerimeter=0;strokeWidth=2;" target="leJ_CQFsEEDb8NTlPus--181">
          <mxGeometry relative="1" as="geometry" />
        </mxCell>
        <mxCell id="leJ_CQFsEEDb8NTlPus--207" edge="1" parent="1" source="leJ_CQFsEEDb8NTlPus--131" style="rounded=0;orthogonalLoop=1;jettySize=auto;html=1;entryX=0.3;entryY=0.105;entryDx=0;entryDy=0;entryPerimeter=0;strokeWidth=2;" target="leJ_CQFsEEDb8NTlPus--139">
          <mxGeometry relative="1" as="geometry" />
        </mxCell>
        <mxCell id="leJ_CQFsEEDb8NTlPus--213" edge="1" parent="1" source="leJ_CQFsEEDb8NTlPus--169" style="rounded=0;orthogonalLoop=1;jettySize=auto;html=1;entryX=0.386;entryY=-0.075;entryDx=0;entryDy=0;entryPerimeter=0;strokeWidth=2;" target="leJ_CQFsEEDb8NTlPus--178">
          <mxGeometry relative="1" as="geometry" />
        </mxCell>
      </root>
    </mxGraphModel>
  </diagram>
</mxfile>
